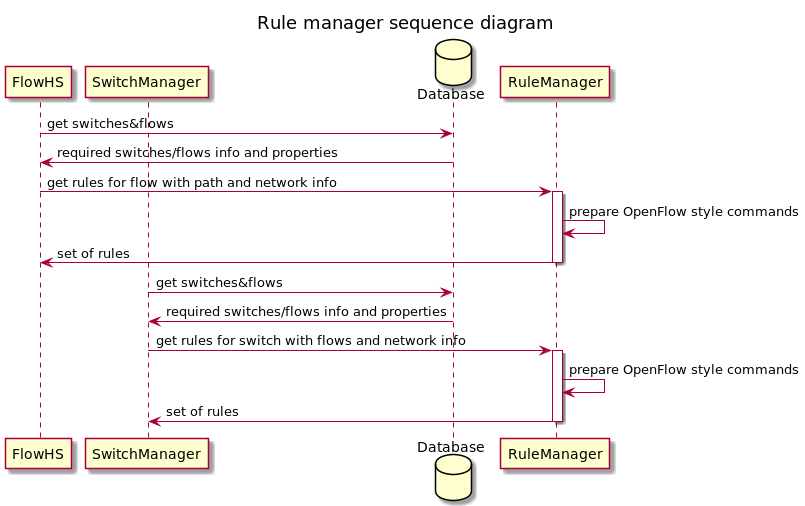
This is docs/design/rule-manager/sequence-diagram.png from telstra/open-kilda, a PlantUML export, as it was before one commit. Source of this version:
```plantuml
@startuml
title Rule manager sequence diagram

participant FlowHS
participant SwitchManager
database Database
participant RuleManager

FlowHS -> Database : get switches&flows
Database -> FlowHS : required switches/flows info and properties
FlowHS -> RuleManager : get rules for flow with path and network info
activate RuleManager
    RuleManager -> RuleManager : prepare OpenFlow style commands
    RuleManager -> FlowHS : set of rules
deactivate RuleManager

SwitchManager -> Database : get switches&flows
Database -> SwitchManager : required switches/flows info and properties
SwitchManager -> RuleManager : get rules for switch with flows and network info
activate RuleManager
    RuleManager -> RuleManager : prepare OpenFlow style commands
    RuleManager -> SwitchManager : set of rules
deactivate RuleManager

@enduml
```
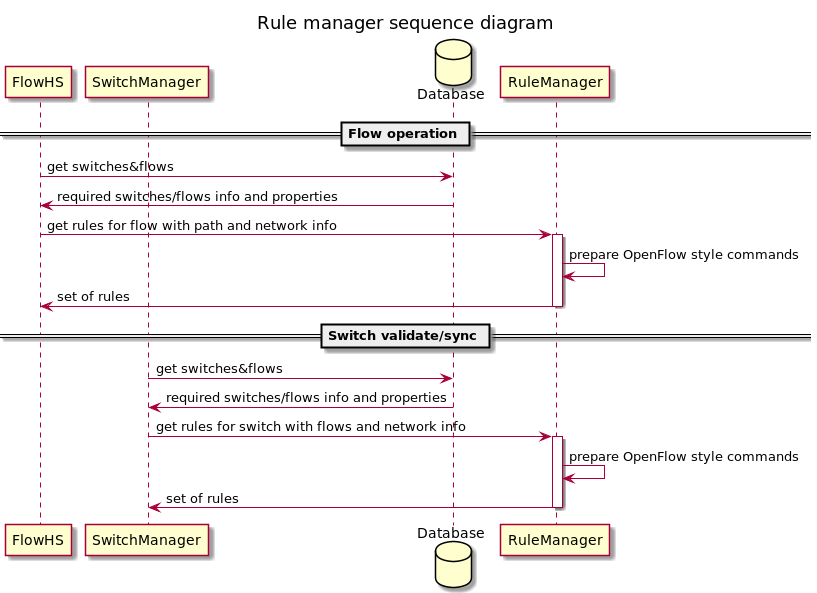
After the change.

The edit, as a diff of the source:
```diff
@@ -6,6 +6,8 @@
 database Database
 participant RuleManager
 
+== Flow operation ==
+
 FlowHS -> Database : get switches&flows
 Database -> FlowHS : required switches/flows info and properties
 FlowHS -> RuleManager : get rules for flow with path and network info
@@ -13,6 +15,8 @@
     RuleManager -> RuleManager : prepare OpenFlow style commands
     RuleManager -> FlowHS : set of rules
 deactivate RuleManager
+
+== Switch validate/sync ==
 
 SwitchManager -> Database : get switches&flows
 Database -> SwitchManager : required switches/flows info and properties
```
